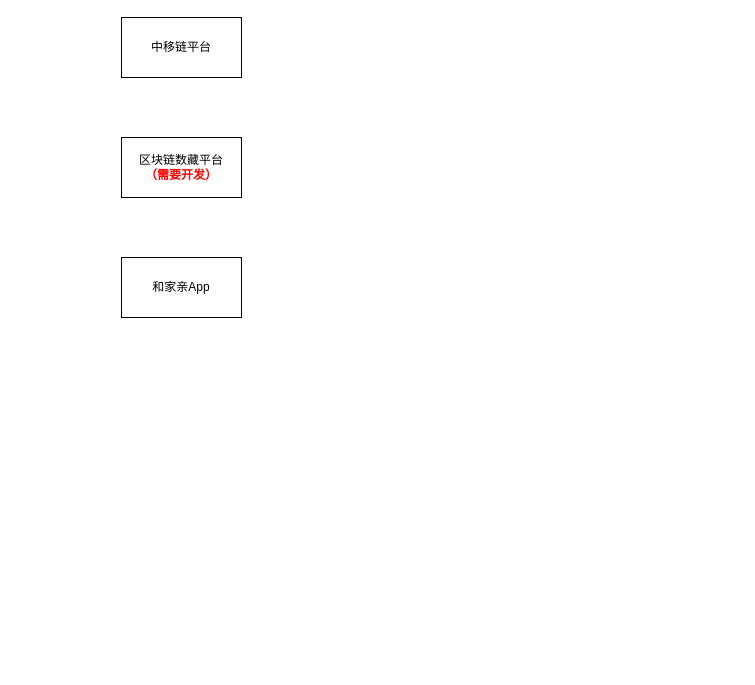
This is ohter/元宇宙.drawio from 1595901624/GitTest, a draw.io file, before an edit. Source tidied: cells renumbered, new cells numbered last; positions are measured from the earlier drawing's top-left corner, leaving out a move shared by most shapes. Both pictures are drawn from the tidied source at 100%, with x=0, y=0 at pixel (121, 17).
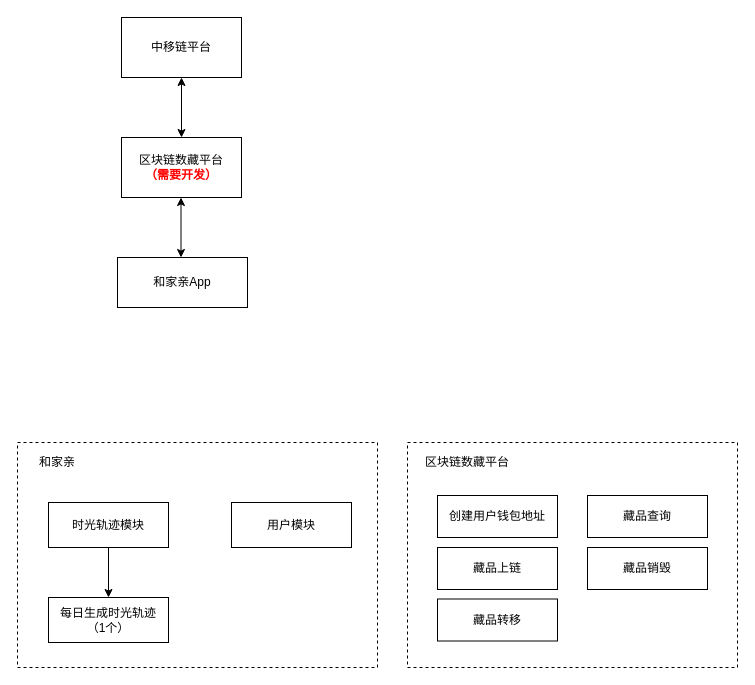
The same diagram, later.

Commit message (it also covers changes not shown here):
更新元宇宙.drawio

Unchanged cells that the change refers to:
```xml
<mxCell id="3" value="区块链数藏平台&lt;br&gt;&lt;b&gt;&lt;font color=&quot;#ff0000&quot;&gt;（需要开发）&lt;/font&gt;&lt;/b&gt;" style="rounded=0;whiteSpace=wrap;html=1;" parent="1" vertex="1">
  <mxGeometry y="120" width="120" height="60" as="geometry" />
</mxCell>
<mxCell id="4" value="中移链平台" style="rounded=0;whiteSpace=wrap;html=1;" parent="1" vertex="1">
  <mxGeometry width="120" height="60" as="geometry" />
</mxCell>
```

Change to the diagram source:
```diff
@@
     <mxCell id="2" value="和家亲App" style="rounded=0;whiteSpace=wrap;html=1;" parent="1" vertex="1">
-      <mxGeometry y="240" width="120" height="60" as="geometry" />
+      <mxGeometry x="-4" y="240" width="130" height="50" as="geometry" />
     </mxCell>
@@
+    <mxCell id="5" style="endArrow=classic;startArrow=classic;html=1;rounded=0;fontColor=#000000;entryX=0.5;entryY=1;entryDx=0;entryDy=0;exitX=0.5;exitY=0;exitDx=0;exitDy=0;" parent="1" edge="1" source="3" target="4">
+      <mxGeometry relative="1" as="geometry" />
+    </mxCell>
+    <mxCell id="6" style="endArrow=classic;startArrow=classic;html=1;rounded=0;fontColor=#000000;entryX=0.5;entryY=1;entryDx=0;entryDy=0;exitX=0.5;exitY=0;exitDx=0;exitDy=0;" parent="1" edge="1">
+      <mxGeometry relative="1" as="geometry">
+        <mxPoint x="59.5" y="240" as="sourcePoint" />
+        <mxPoint x="59.5" y="180" as="targetPoint" />
+      </mxGeometry>
+    </mxCell>
+    <mxCell id="7" style="rounded=0;whiteSpace=wrap;html=1;dashed=1;fontColor=#000000;" parent="1" vertex="1">
+      <mxGeometry x="-104" y="425" width="360" height="225" as="geometry" />
+    </mxCell>
+    <mxCell id="8" value="和家亲" style="text;html=1;strokeColor=none;fillColor=none;align=center;verticalAlign=middle;whiteSpace=wrap;rounded=0;fontColor=#000000;" parent="1" vertex="1">
+      <mxGeometry x="-104" y="430" width="80" height="30" as="geometry" />
+    </mxCell>
+    <mxCell id="9" style="edgeStyle=orthogonalEdgeStyle;rounded=0;jettySize=auto;html=1;exitX=0.5;exitY=1;exitDx=0;exitDy=0;entryX=0.5;entryY=0;entryDx=0;entryDy=0;fontColor=#000000;" parent="1" edge="1" source="10" target="11">
+      <mxGeometry relative="1" as="geometry" />
+    </mxCell>
+    <mxCell id="10" value="时光轨迹模块" style="rounded=0;whiteSpace=wrap;html=1;fontColor=#000000;" parent="1" vertex="1">
+      <mxGeometry x="-73" y="485" width="120" height="45" as="geometry" />
+    </mxCell>
+    <mxCell id="11" value="每日生成时光轨迹&lt;br&gt;（1个）" style="rounded=0;whiteSpace=wrap;html=1;fontColor=#000000;" parent="1" vertex="1">
+      <mxGeometry x="-73" y="580" width="120" height="45" as="geometry" />
+    </mxCell>
+    <mxCell id="12" value="用户模块" style="rounded=0;whiteSpace=wrap;html=1;fontColor=#000000;" parent="1" vertex="1">
+      <mxGeometry x="110" y="485" width="120" height="45" as="geometry" />
+    </mxCell>
+    <mxCell id="13" style="rounded=0;whiteSpace=wrap;html=1;dashed=1;fontColor=#000000;" parent="1" vertex="1">
+      <mxGeometry x="286" y="425" width="330" height="225" as="geometry" />
+    </mxCell>
+    <mxCell id="14" value="创建用户钱包地址" style="rounded=0;whiteSpace=wrap;html=1;fontColor=#000000;" parent="1" vertex="1">
+      <mxGeometry x="316" y="478" width="120" height="42" as="geometry" />
+    </mxCell>
+    <mxCell id="15" value="区块链数藏平台" style="text;html=1;strokeColor=none;fillColor=none;align=center;verticalAlign=middle;whiteSpace=wrap;rounded=0;fontColor=#000000;" parent="1" vertex="1">
+      <mxGeometry x="286" y="430" width="120" height="30" as="geometry" />
+    </mxCell>
+    <mxCell id="16" value="藏品上链" style="rounded=0;whiteSpace=wrap;html=1;fontColor=#000000;" parent="1" vertex="1">
+      <mxGeometry x="316" y="530" width="120" height="42" as="geometry" />
+    </mxCell>
+    <mxCell id="17" value="藏品转移" style="rounded=0;whiteSpace=wrap;html=1;fontColor=#000000;" parent="1" vertex="1">
+      <mxGeometry x="316" y="581.5" width="120" height="42" as="geometry" />
+    </mxCell>
+    <mxCell id="18" value="藏品查询" style="rounded=0;whiteSpace=wrap;html=1;fontColor=#000000;" parent="1" vertex="1">
+      <mxGeometry x="466" y="478" width="120" height="42" as="geometry" />
+    </mxCell>
+    <mxCell id="19" value="藏品销毁" style="rounded=0;whiteSpace=wrap;html=1;fontColor=#000000;" parent="1" vertex="1">
+      <mxGeometry x="466" y="530" width="120" height="42" as="geometry" />
+    </mxCell>
```
